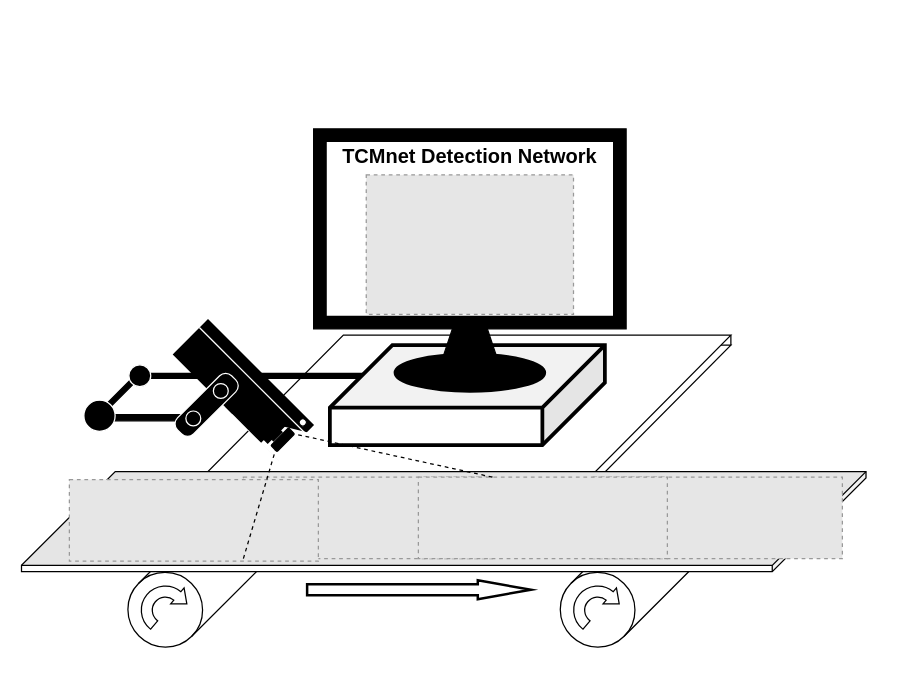
The draw.io diagram liushuixian.drawio in GPL1024/BigNews, before the edit. Source tidied: cells renumbered, new cells numbered last; positions are measured from the earlier drawing's top-left corner, leaving out a move shared by most shapes. Both pictures are drawn from the tidied source at 125%, with x=0, y=0 at pixel (69, 99). Pictures stored in the file or linked from it are replaced by grey dashed boxes.
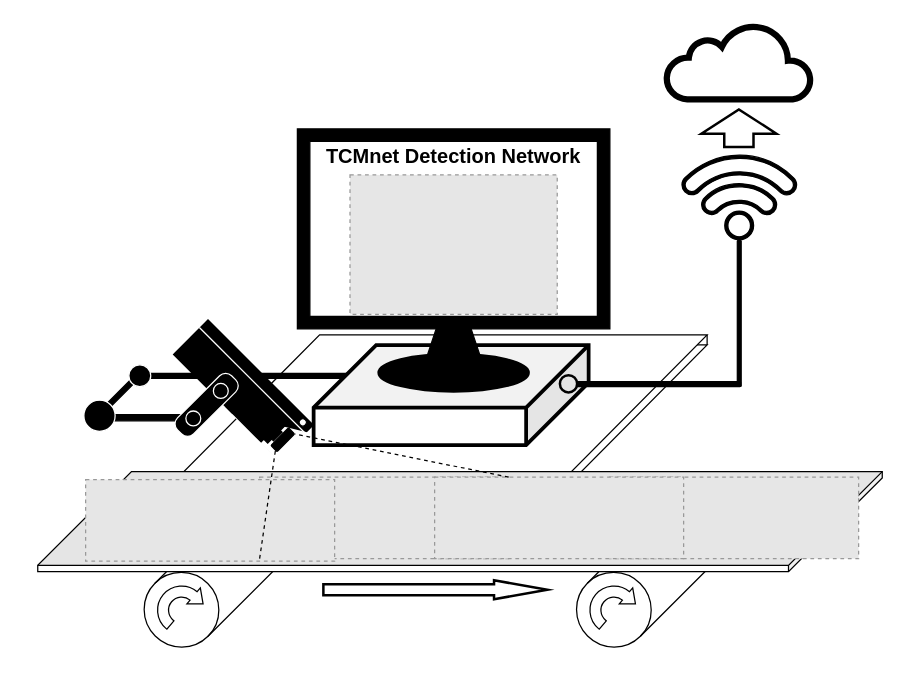
Above is the later version.

What changed in the source:
```diff
@@
     <mxCell id="2" style="shape=parallelogram;perimeter=parallelogramPerimeter;whiteSpace=wrap;html=1;fixedSize=1;size=158.5899999999997;" parent="1" vertex="1">
-      <mxGeometry x="60.6" y="196.6" width="468.6" height="159.8" as="geometry" />
+      <mxGeometry x="41.6" y="196.4" width="468.6" height="159.8" as="geometry" />
     </mxCell>
     <mxCell id="3" style="shape=parallelogram;perimeter=parallelogramPerimeter;whiteSpace=wrap;html=1;fixedSize=1;size=158.5899999999997;" parent="1" vertex="1">
-      <mxGeometry x="60.6" y="188.6" width="468.6" height="159.8" as="geometry" />
+      <mxGeometry x="41.6" y="188.4" width="468.6" height="159.8" as="geometry" />
     </mxCell>
@@
     <mxCell id="5" style="group;" parent="1" vertex="1">
-      <mxGeometry x="34.5" y="291.5" width="159.1" height="159.1" as="geometry" />
+      <mxGeometry x="47.5" y="291.5" width="159.1" height="159.1" as="geometry" />
     </mxCell>
@@
     <mxCell id="8" style="group;" parent="1" vertex="1">
-      <mxGeometry x="380.4" y="291.5" width="159.1" height="159.1" as="geometry" />
+      <mxGeometry x="393.4" y="291.5" width="159.1" height="159.1" as="geometry" />
     </mxCell>
@@
     <mxCell id="11" style="shape=cube;whiteSpace=wrap;html=1;boundedLbl=1;backgroundOutline=1;darkOpacity=0.05;darkOpacity2=0.1;flipV=0;flipH=1;size=50;strokeWidth=3;" parent="1" vertex="1">
-      <mxGeometry x="208.4" y="196.6" width="220" height="80" as="geometry" />
+      <mxGeometry x="195.4" y="196.6" width="220" height="80" as="geometry" />
     </mxCell>
     <mxCell id="12" style="ellipse;whiteSpace=wrap;html=1;fillColor=#000000;strokeColor=#000000;strokeWidth=2;" parent="1" vertex="1">
-      <mxGeometry x="260.4" y="203.6" width="120" height="30" as="geometry" />
+      <mxGeometry x="247.4" y="203.6" width="120" height="30" as="geometry" />
     </mxCell>
     <mxCell id="13" style="shape=trapezoid;perimeter=trapezoidPerimeter;whiteSpace=wrap;html=1;fixedSize=1;fillColor=#000000;" parent="1" vertex="1">
-      <mxGeometry x="296.4" y="153.6" width="48" height="60" as="geometry" />
+      <mxGeometry x="283.4" y="153.6" width="48" height="60" as="geometry" />
     </mxCell>
@@
     <mxCell id="15" style="shape=cube;whiteSpace=wrap;html=1;boundedLbl=1;backgroundOutline=1;darkOpacity=0.05;darkOpacity2=0.1;size=75;rotation=90;fillColor=default;fillStyle=auto;" parent="1" vertex="1">
-      <mxGeometry x="259.5" width="80" height="675.6" as="geometry" />
+      <mxGeometry x="272.5" width="80" height="675.6" as="geometry" />
     </mxCell>
@@
     <mxCell id="19" style="rounded=0;whiteSpace=wrap;html=1;fillColor=#000000;" parent="1" vertex="1">
-      <mxGeometry x="195.4" y="23.6" width="250" height="160" as="geometry" />
+      <mxGeometry x="182.4" y="23.6" width="250" height="160" as="geometry" />
     </mxCell>
     <mxCell id="20" style="rounded=0;whiteSpace=wrap;html=1;" parent="1" vertex="1">
-      <mxGeometry x="205.4" y="33.6" width="230" height="140" as="geometry" />
+      <mxGeometry x="192.4" y="33.6" width="230" height="140" as="geometry" />
     </mxCell>
     <mxCell id="21" style="fillColor=#E6E6E6;strokeColor=#999999;dashed=1;verticalLabelPosition=bottom;labelBackgroundColor=default;verticalAlign=top;" parent="1" vertex="1">
-      <mxGeometry x="237.5" y="60.4" width="165.8" height="111.5" as="geometry" />
+      <mxGeometry x="224.5" y="60.4" width="165.8" height="111.5" as="geometry" />
     </mxCell>
     <mxCell id="22" value="&lt;b style=&quot;font-size: 16px;&quot;&gt;TCMnet Detection Network&lt;/b&gt;" style="text;html=1;align=center;verticalAlign=middle;strokeColor=none;fillColor=none;fontSize=16;" parent="1" vertex="1">
-      <mxGeometry x="205.4" y="30.4" width="230" height="30" as="geometry" />
+      <mxGeometry x="192.4" y="30.4" width="230" height="30" as="geometry" />
     </mxCell>
     <mxCell id="23" style="fillColor=#E6E6E6;strokeColor=#999999;dashed=1;verticalLabelPosition=bottom;labelBackgroundColor=default;verticalAlign=top;" parent="1" vertex="1">
-      <mxGeometry x="139.2" y="302.2" width="199.2" height="65.2" as="geometry" />
+      <mxGeometry x="152.2" y="302.2" width="199.2" height="65.2" as="geometry" />
     </mxCell>
     <mxCell id="24" style="fillColor=#E6E6E6;strokeColor=#999999;dashed=1;verticalLabelPosition=bottom;labelBackgroundColor=default;verticalAlign=top;" parent="1" vertex="1">
-      <mxGeometry y="304.2" width="199.2" height="65.2" as="geometry" />
+      <mxGeometry x="13" y="304.2" width="199.2" height="65.2" as="geometry" />
     </mxCell>
     <mxCell id="25" style="fillColor=#E6E6E6;strokeColor=#999999;dashed=1;verticalLabelPosition=bottom;labelBackgroundColor=default;verticalAlign=top;" parent="1" vertex="1">
-      <mxGeometry x="419.2" y="302.2" width="199.2" height="65.2" as="geometry" />
+      <mxGeometry x="432.2" y="302.2" width="199.2" height="65.2" as="geometry" />
     </mxCell>
     <mxCell id="26" style="fillColor=#E6E6E6;strokeColor=#999999;dashed=1;verticalLabelPosition=bottom;labelBackgroundColor=default;verticalAlign=top;" parent="1" vertex="1">
-      <mxGeometry x="279.2" y="302.2" width="199.2" height="65.2" as="geometry" />
+      <mxGeometry x="292.2" y="302.2" width="199.2" height="65.2" as="geometry" />
     </mxCell>
     <mxCell id="27" style="shape=flexArrow;endArrow=classic;html=1;rounded=0;width=7.619047619047619;endSize=13.556756756756755;endWidth=4.530244530244531;fillColor=#ffffff;strokeWidth=2;" parent="1" edge="1">
       <mxGeometry relative="1" as="geometry">
-        <mxPoint x="189.2" y="392.3" as="sourcePoint" />
-        <mxPoint x="370.4" y="392.3" as="targetPoint" />
+        <mxPoint x="202.2" y="392.3" as="sourcePoint" />
+        <mxPoint x="383.4" y="392.3" as="targetPoint" />
       </mxGeometry>
     </mxCell>
@@
+    <mxCell id="43" style="rounded=1;whiteSpace=wrap;html=1;fillColor=#000000;rotation=0;" parent="1" vertex="1">
+      <mxGeometry x="397" y="225.8" width="140" height="4" as="geometry" />
+    </mxCell>
+    <mxCell id="44" style="ellipse;whiteSpace=wrap;html=1;fillColor=#e5e5e5;strokeColor=#000000;strokeWidth=2;" parent="1" vertex="1">
+      <mxGeometry x="392.4" y="220.6" width="13.8" height="13.8" as="geometry" />
+    </mxCell>
+    <mxCell id="45" style="rounded=1;whiteSpace=wrap;html=1;fillColor=#000000;rotation=-90;" parent="1" vertex="1">
+      <mxGeometry x="477.6" y="169.7" width="116.6" height="3.1" as="geometry" />
+    </mxCell>
+    <mxCell id="46" style="html=1;verticalLabelPosition=bottom;align=center;labelBackgroundColor=#ffffff;verticalAlign=top;strokeWidth=5;strokeColor=#000000;shadow=0;dashed=0;shape=mxgraph.ios7.icons.cloud;" parent="1" vertex="1">
+      <mxGeometry x="477.6" y="-60" width="115.9" height="60" as="geometry" />
+    </mxCell>
+    <mxCell id="47" style="sketch=0;shadow=0;dashed=0;html=1;strokeColor=default;fillColor=#000000;labelPosition=center;verticalLabelPosition=bottom;verticalAlign=top;align=center;shape=mxgraph.vvd.wi_fi;rotation=-45;" parent="1" vertex="1">
+      <mxGeometry x="501.1" y="33.6" width="69.6" height="69.6" as="geometry" />
+    </mxCell>
+    <mxCell id="48" style="shape=singleArrow;whiteSpace=wrap;html=1;rotation=-90;arrowWidth=0.3901114501953032;arrowSize=0.6466669209798187;strokeWidth=2;" parent="1" vertex="1">
+      <mxGeometry x="520.6" y="-7" width="30" height="60" as="geometry" />
+    </mxCell>
```
